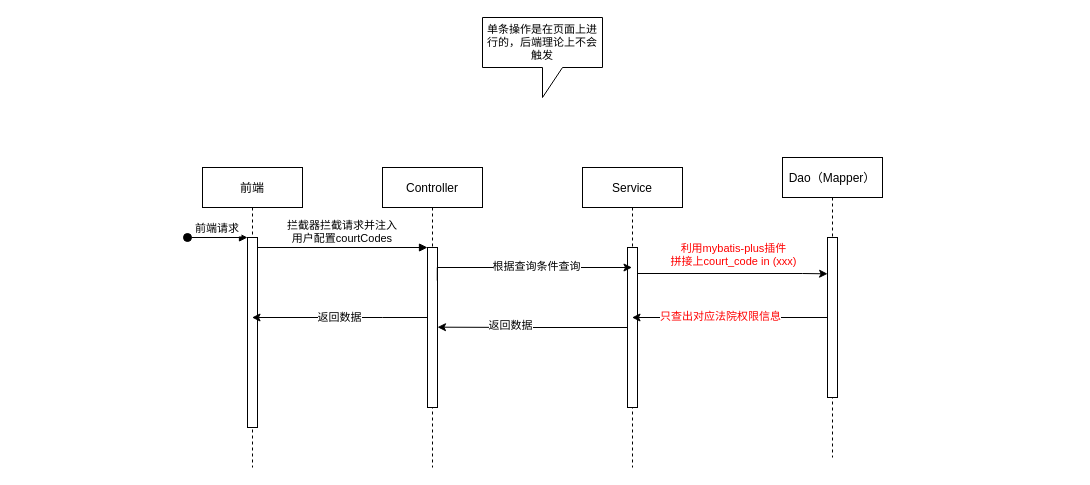
Earlier version of the draw.io diagram page "列表查询" (2 of 3) of 挖财自营诉调系统-司法进程&资产保全页面数据权限控制.drawio (HillCheuang/images). Source tidied: cells renumbered, new cells numbered last; positions are measured from the earlier drawing's top-left corner, leaving out a move shared by most shapes. Both pictures are drawn from the tidied source at 100%, with x=0, y=0 at pixel (187, 17).
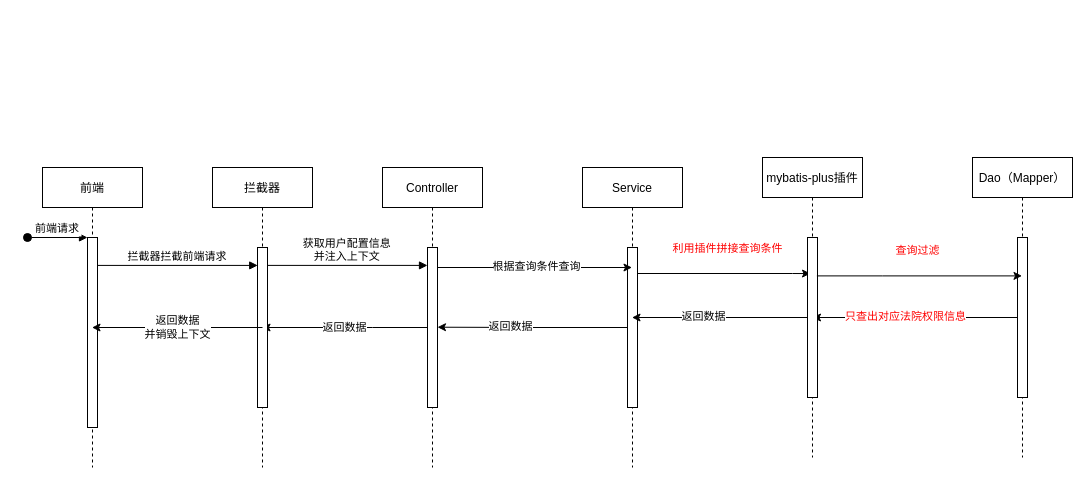
Above is the later version.

Unchanged cells that the change refers to:
```xml
<mxCell id="5" value="Controller" style="shape=umlLifeline;perimeter=lifelinePerimeter;rounded=0;shadow=0;strokeWidth=1;" parent="1" vertex="1">
  <mxGeometry x="195" y="150" width="100" height="300" as="geometry" />
</mxCell>
<mxCell id="8" value="Service" style="shape=umlLifeline;perimeter=lifelinePerimeter;rounded=0;shadow=0;strokeWidth=1;" parent="1" vertex="1">
  <mxGeometry x="395" y="150" width="100" height="300" as="geometry" />
</mxCell>
<mxCell id="9" style="points=[];perimeter=orthogonalPerimeter;rounded=0;shadow=0;strokeWidth=1;" parent="8" vertex="1">
  <mxGeometry x="45" y="80" width="10" height="160" as="geometry" />
</mxCell>
<mxCell id="11" style="points=[];perimeter=orthogonalPerimeter;rounded=0;shadow=0;strokeWidth=1;" parent="10" vertex="1">
  <mxGeometry x="45" y="80" width="10" height="160" as="geometry" />
</mxCell>
```

The edit, as a diff of the source:
```diff
@@
-    <mxCell id="2" value="前端" style="shape=umlLifeline;perimeter=lifelinePerimeter;rounded=0;shadow=0;strokeWidth=1;" parent="1" vertex="1">
-      <mxGeometry x="15" y="150" width="100" height="300" as="geometry" />
-    </mxCell>
-    <mxCell id="3" style="points=[];perimeter=orthogonalPerimeter;rounded=0;shadow=0;strokeWidth=1;" parent="2" vertex="1">
-      <mxGeometry x="45" y="70" width="10" height="190" as="geometry" />
-    </mxCell>
-    <mxCell id="4" value="前端请求" style="verticalAlign=bottom;startArrow=oval;endArrow=block;startSize=8;shadow=0;strokeWidth=1;" parent="2" edge="1" target="3">
-      <mxGeometry relative="1" as="geometry">
-        <mxPoint x="-15" y="70" as="sourcePoint" />
-      </mxGeometry>
-    </mxCell>
@@
-    <mxCell id="6" style="points=[];perimeter=orthogonalPerimeter;rounded=0;shadow=0;strokeWidth=1;" parent="5" vertex="1">
-      <mxGeometry x="45" y="80" width="10" height="160" as="geometry" />
-    </mxCell>
-    <mxCell id="7" value="拦截器拦截请求并注入&#10;用户配置courtCodes" style="verticalAlign=bottom;endArrow=block;entryX=0;entryY=0;shadow=0;strokeWidth=1;fontSize=11;" parent="1" edge="1" source="3" target="6">
-      <mxGeometry relative="1" as="geometry" />
-    </mxCell>
@@
     <mxCell id="10" value="Dao（Mapper）" style="shape=umlLifeline;perimeter=lifelinePerimeter;rounded=0;shadow=0;strokeWidth=1;" parent="1" vertex="1">
-      <mxGeometry x="595" y="140" width="100" height="300" as="geometry" />
+      <mxGeometry x="785" y="140" width="100" height="300" as="geometry" />
     </mxCell>
@@
-    <mxCell id="12" style="edgeStyle=orthogonalEdgeStyle;rounded=0;jettySize=auto;html=1;fontSize=11;exitX=0.978;exitY=0.207;exitDx=0;exitDy=0;exitPerimeter=0;" parent="1" edge="1" source="6" target="8">
+    <mxCell id="12" style="edgeStyle=orthogonalEdgeStyle;rounded=0;jettySize=auto;html=1;fontSize=11;exitX=0.978;exitY=0.207;exitDx=0;exitDy=0;exitPerimeter=0;" parent="1" edge="1" target="8">
       <mxGeometry relative="1" as="geometry">
+        <mxPoint x="249.8" y="263.1" as="sourcePoint" />
         <Array as="points">
           <mxPoint x="250" y="250" />
         </Array>
       </mxGeometry>
     </mxCell>
@@
-    <mxCell id="14" style="edgeStyle=orthogonalEdgeStyle;rounded=0;jettySize=auto;html=1;entryX=0.009;entryY=0.227;entryDx=0;entryDy=0;entryPerimeter=0;fontSize=11;" parent="1" edge="1" source="9" target="11">
+    <mxCell id="14" style="edgeStyle=orthogonalEdgeStyle;rounded=0;jettySize=auto;html=1;entryX=0.48;entryY=0.387;entryDx=0;entryDy=0;entryPerimeter=0;fontSize=11;" parent="1" edge="1" source="9" target="28">
       <mxGeometry relative="1" as="geometry">
         <Array as="points">
-          <mxPoint x="615" y="256" />
-          <mxPoint x="615" y="256" />
+          <mxPoint x="605" y="256" />
+          <mxPoint x="605" y="256" />
         </Array>
       </mxGeometry>
     </mxCell>
-    <mxCell id="15" value="&lt;font color=&quot;#ff0000&quot;&gt;&lt;br&gt;利用mybatis-plus插件&lt;br&gt;拼接上court_code in (xxx)&lt;br&gt;&lt;/font&gt;" style="edgeLabel;html=1;align=center;verticalAlign=middle;fontSize=11;" parent="14" vertex="1">
+    <mxCell id="15" value="&lt;font color=&quot;#ff0000&quot;&gt;利用插件拼接查询条件&lt;br&gt;&lt;/font&gt;" style="edgeLabel;html=1;align=center;verticalAlign=middle;fontSize=11;" parent="14" vertex="1">
       <mxGeometry x="-0.35" y="-2" relative="1" as="geometry">
         <mxPoint x="33" y="-28" as="offset" />
       </mxGeometry>
     </mxCell>
-    <mxCell id="16" style="edgeStyle=orthogonalEdgeStyle;rounded=0;jettySize=auto;html=1;fontSize=11;fontColor=#FF0000;" parent="1" edge="1" source="11" target="8">
+    <mxCell id="16" style="edgeStyle=orthogonalEdgeStyle;rounded=0;jettySize=auto;html=1;fontSize=11;fontColor=#FF0000;entryX=0.5;entryY=0.5;entryDx=0;entryDy=0;entryPerimeter=0;" parent="1" edge="1" source="11" target="29">
       <mxGeometry relative="1" as="geometry" />
     </mxCell>
@@
-    <mxCell id="18" style="edgeStyle=orthogonalEdgeStyle;rounded=0;jettySize=auto;html=1;entryX=1;entryY=0.498;entryDx=0;entryDy=0;entryPerimeter=0;fontSize=11;fontColor=#FF0000;" parent="1" edge="1" source="9" target="6">
-      <mxGeometry relative="1" as="geometry" />
+    <mxCell id="18" style="edgeStyle=orthogonalEdgeStyle;rounded=0;jettySize=auto;html=1;entryX=1;entryY=0.498;entryDx=0;entryDy=0;entryPerimeter=0;fontSize=11;fontColor=#FF0000;" parent="1" edge="1" source="9">
+      <mxGeometry relative="1" as="geometry">
+        <mxPoint x="250" y="309.7" as="targetPoint" />
+      </mxGeometry>
     </mxCell>
@@
+    <mxCell id="2" value="前端" style="shape=umlLifeline;perimeter=lifelinePerimeter;rounded=0;shadow=0;strokeWidth=1;" parent="1" vertex="1">
+      <mxGeometry x="-145" y="150" width="100" height="300" as="geometry" />
+    </mxCell>
+    <mxCell id="3" style="points=[];perimeter=orthogonalPerimeter;rounded=0;shadow=0;strokeWidth=1;" parent="2" vertex="1">
+      <mxGeometry x="45" y="70" width="10" height="190" as="geometry" />
+    </mxCell>
+    <mxCell id="4" value="前端请求" style="verticalAlign=bottom;startArrow=oval;endArrow=block;startSize=8;shadow=0;strokeWidth=1;" parent="2" edge="1" target="3">
+      <mxGeometry relative="1" as="geometry">
+        <mxPoint x="-15" y="70" as="sourcePoint" />
+      </mxGeometry>
+    </mxCell>
+    <mxCell id="22" style="points=[];perimeter=orthogonalPerimeter;rounded=0;shadow=0;strokeWidth=1;" parent="1" vertex="1">
+      <mxGeometry x="240" y="230" width="10" height="160" as="geometry" />
+    </mxCell>
+    <mxCell id="23" value="获取用户配置信息&#10;并注入上下文" style="verticalAlign=bottom;endArrow=block;entryX=0.022;entryY=0.112;shadow=0;strokeWidth=1;fontSize=11;entryDx=0;entryDy=0;entryPerimeter=0;" parent="1" edge="1">
+      <mxGeometry relative="1" as="geometry">
+        <mxPoint x="79.8" y="247.9" as="sourcePoint" />
+        <mxPoint x="240" y="247.9" as="targetPoint" />
+      </mxGeometry>
+    </mxCell>
+    <mxCell id="24" value="拦截器拦截前端请求" style="verticalAlign=bottom;endArrow=block;entryX=0.022;entryY=0.112;shadow=0;strokeWidth=1;fontSize=11;entryDx=0;entryDy=0;entryPerimeter=0;" parent="1" edge="1" source="3" target="26">
+      <mxGeometry relative="1" as="geometry" />
+    </mxCell>
-    <mxCell id="20" value="&lt;font color=&quot;#000000&quot;&gt;返回数据&lt;/font&gt;" style="edgeStyle=orthogonalEdgeStyle;rounded=0;jettySize=auto;html=1;fontSize=11;fontColor=#FF0000;" parent="1" edge="1" source="6" target="2">
+    <mxCell id="20" value="&lt;font color=&quot;#000000&quot;&gt;返回数据&lt;/font&gt;" style="edgeStyle=orthogonalEdgeStyle;rounded=0;jettySize=auto;html=1;fontSize=11;fontColor=#FF0000;" parent="1" edge="1" source="22" target="25">
       <mxGeometry relative="1" as="geometry">
         <Array as="points">
-          <mxPoint x="195" y="300" />
-          <mxPoint x="195" y="300" />
+          <mxPoint x="185" y="310" />
+          <mxPoint x="185" y="310" />
         </Array>
       </mxGeometry>
     </mxCell>
-    <mxCell id="21" value="单条操作是在页面上进行的，后端理论上不会触发" style="shape=callout;whiteSpace=wrap;html=1;perimeter=calloutPerimeter;fontSize=11;fontColor=#000000;" parent="1" vertex="1">
-      <mxGeometry x="295" width="120" height="80" as="geometry" />
-    </mxCell>
+    <mxCell id="25" value="拦截器" style="shape=umlLifeline;perimeter=lifelinePerimeter;rounded=0;shadow=0;strokeWidth=1;" parent="1" vertex="1">
+      <mxGeometry x="25" y="150" width="100" height="300" as="geometry" />
+    </mxCell>
+    <mxCell id="26" style="points=[];perimeter=orthogonalPerimeter;rounded=0;shadow=0;strokeWidth=1;" parent="25" vertex="1">
+      <mxGeometry x="45" y="80" width="10" height="160" as="geometry" />
+    </mxCell>
+    <mxCell id="27" value="&lt;font color=&quot;#000000&quot;&gt;返回数据&lt;br&gt;并销毁上下文&lt;/font&gt;" style="edgeStyle=orthogonalEdgeStyle;rounded=0;jettySize=auto;html=1;fontSize=11;fontColor=#FF0000;" parent="1" edge="1" target="2">
+      <mxGeometry relative="1" as="geometry">
+        <mxPoint x="75" y="310" as="sourcePoint" />
+        <Array as="points">
+          <mxPoint x="75" y="310" />
+        </Array>
+      </mxGeometry>
+    </mxCell>
+    <mxCell id="28" value="mybatis-plus插件" style="shape=umlLifeline;perimeter=lifelinePerimeter;rounded=0;shadow=0;strokeWidth=1;" parent="1" vertex="1">
+      <mxGeometry x="575" y="140" width="100" height="300" as="geometry" />
+    </mxCell>
+    <mxCell id="29" style="points=[];perimeter=orthogonalPerimeter;rounded=0;shadow=0;strokeWidth=1;" parent="28" vertex="1">
+      <mxGeometry x="45" y="80" width="10" height="160" as="geometry" />
+    </mxCell>
+    <mxCell id="30" style="edgeStyle=orthogonalEdgeStyle;rounded=0;jettySize=auto;html=1;fontSize=11;exitX=0.94;exitY=0.24;exitDx=0;exitDy=0;exitPerimeter=0;" parent="1" edge="1" source="29" target="10">
+      <mxGeometry relative="1" as="geometry">
+        <Array as="points">
+          <mxPoint x="695" y="258" />
+          <mxPoint x="695" y="258" />
+        </Array>
+      </mxGeometry>
+    </mxCell>
+    <mxCell id="31" value="&lt;font color=&quot;#ff0000&quot;&gt;查询过滤&lt;br&gt;&lt;/font&gt;" style="edgeLabel;html=1;align=center;verticalAlign=middle;fontSize=11;" parent="30" vertex="1">
+      <mxGeometry x="-0.35" y="-2" relative="1" as="geometry">
+        <mxPoint x="33" y="-28" as="offset" />
+      </mxGeometry>
+    </mxCell>
+    <mxCell id="32" style="edgeStyle=orthogonalEdgeStyle;rounded=0;jettySize=auto;html=1;fontColor=#FF0000;" parent="1" edge="1" source="29" target="8">
+      <mxGeometry relative="1" as="geometry" />
+    </mxCell>
+    <mxCell id="33" value="返回数据" style="edgeLabel;html=1;align=center;verticalAlign=middle;fontColor=#000000;" parent="32" vertex="1">
+      <mxGeometry x="0.2" y="-2" relative="1" as="geometry" />
+    </mxCell>
```
